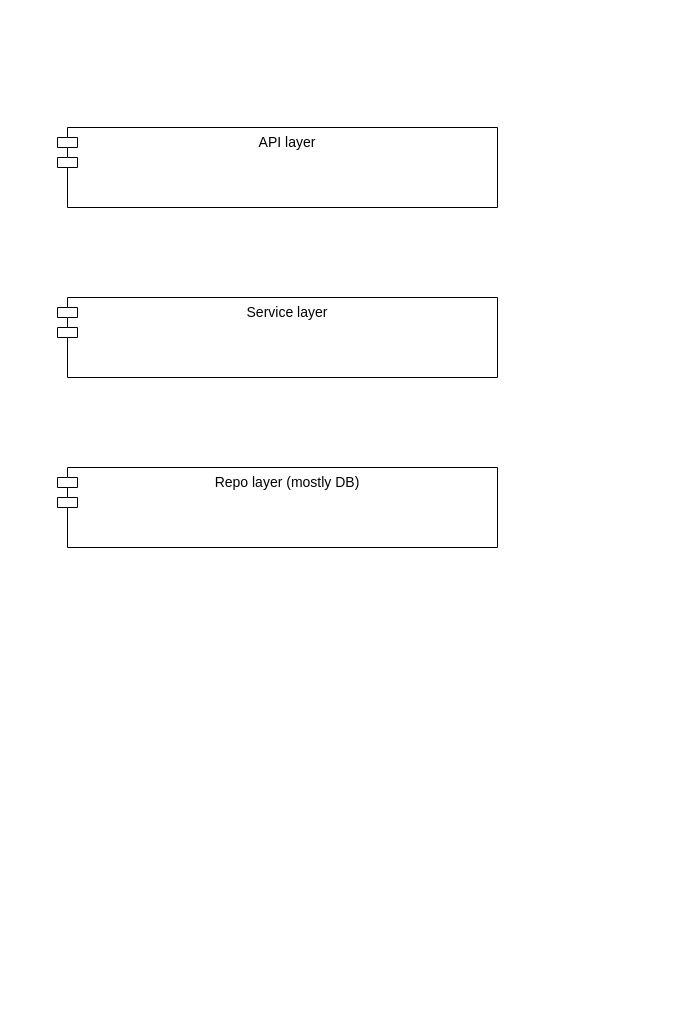
CXwudi/realworld-compose-http4k-example-app-old keeps this draw.io diagram as page "Backend Structure" (3 of 3) of doc/diagrams.drawio. Above is the earlier version. Source tidied: cells renumbered, new cells numbered last; positions are measured from the earlier drawing's top-left corner, leaving out a move shared by most shapes. Both pictures are drawn from the tidied source at 100%, with x=0, y=0 at pixel (57, 127).
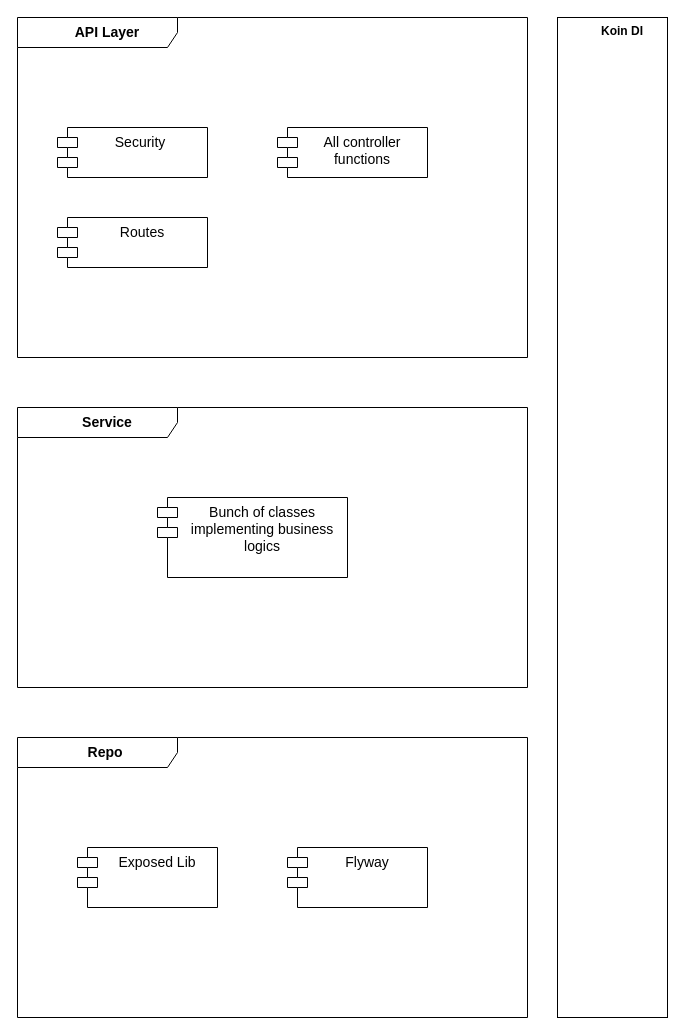
Above is the later version.

Commit message:
doc of backend structure

The edit, as a diff of the source:
```diff
@@
 <mxGraphModel>
   <root>
     <mxCell id="0" />
     <mxCell id="1" parent="0" />
-    <mxCell id="2" value="&lt;font style=&quot;font-size: 14px;&quot;&gt;API layer&lt;/font&gt;" style="shape=module;align=left;spacingLeft=20;align=center;verticalAlign=top;whiteSpace=wrap;html=1;" parent="1" vertex="1">
-      <mxGeometry width="440" height="80" as="geometry" />
+    <mxCell id="2" value="&lt;font style=&quot;font-size: 14px;&quot;&gt;Security&amp;nbsp;&lt;/font&gt;" style="shape=module;align=left;spacingLeft=20;align=center;verticalAlign=top;whiteSpace=wrap;html=1;" parent="1" vertex="1">
+      <mxGeometry width="150" height="50" as="geometry" />
     </mxCell>
-    <mxCell id="3" value="&lt;font style=&quot;font-size: 14px;&quot;&gt;Service layer&lt;/font&gt;" style="shape=module;align=left;spacingLeft=20;align=center;verticalAlign=top;whiteSpace=wrap;html=1;" parent="1" vertex="1">
-      <mxGeometry y="170" width="440" height="80" as="geometry" />
-    </mxCell>
-    <mxCell id="4" value="&lt;span style=&quot;font-size: 14px;&quot;&gt;Repo layer (mostly DB)&lt;/span&gt;" style="shape=module;align=left;spacingLeft=20;align=center;verticalAlign=top;whiteSpace=wrap;html=1;" parent="1" vertex="1">
-      <mxGeometry y="340" width="440" height="80" as="geometry" />
-    </mxCell>
+    <mxCell id="5" value="&lt;font style=&quot;font-size: 14px;&quot;&gt;API Layer&lt;/font&gt;" style="shape=umlFrame;whiteSpace=wrap;html=1;width=160;strokeColor=default;align=center;verticalAlign=top;spacingLeft=20;fontFamily=Helvetica;fontSize=12;fontColor=default;fontStyle=1;fillColor=default;" parent="1" vertex="1">
+      <mxGeometry x="-40" y="-110" width="510" height="340" as="geometry" />
+    </mxCell>
+    <mxCell id="6" value="&lt;font style=&quot;font-size: 14px;&quot;&gt;Routes&lt;/font&gt;" style="shape=module;align=left;spacingLeft=20;align=center;verticalAlign=top;whiteSpace=wrap;html=1;" parent="5" vertex="1">
+      <mxGeometry x="40" y="200" width="150" height="50" as="geometry" />
+    </mxCell>
+    <mxCell id="7" value="&lt;font style=&quot;font-size: 14px;&quot;&gt;All controller functions&lt;/font&gt;" style="shape=module;align=left;spacingLeft=20;align=center;verticalAlign=top;whiteSpace=wrap;html=1;" parent="5" vertex="1">
+      <mxGeometry x="260" y="110" width="150" height="50" as="geometry" />
+    </mxCell>
+    <mxCell id="8" value="&lt;font style=&quot;font-size: 14px;&quot;&gt;Service&lt;/font&gt;" style="shape=umlFrame;whiteSpace=wrap;html=1;width=160;strokeColor=default;align=center;verticalAlign=top;spacingLeft=20;fontFamily=Helvetica;fontSize=12;fontColor=default;fontStyle=1;fillColor=default;" parent="1" vertex="1">
+      <mxGeometry x="-40" y="280" width="510" height="280" as="geometry" />
+    </mxCell>
+    <mxCell id="9" value="&lt;font style=&quot;font-size: 14px;&quot;&gt;Bunch of classes implementing business logics&lt;/font&gt;" style="shape=module;align=left;spacingLeft=20;align=center;verticalAlign=top;whiteSpace=wrap;html=1;" parent="8" vertex="1">
+      <mxGeometry x="140" y="90" width="190" height="80" as="geometry" />
+    </mxCell>
+    <mxCell id="10" value="&lt;font style=&quot;font-size: 14px;&quot;&gt;Repo&amp;nbsp;&lt;/font&gt;" style="shape=umlFrame;whiteSpace=wrap;html=1;width=160;strokeColor=default;align=center;verticalAlign=top;spacingLeft=20;fontFamily=Helvetica;fontSize=12;fontColor=default;fontStyle=1;fillColor=default;" parent="1" vertex="1">
+      <mxGeometry x="-40" y="610" width="510" height="280" as="geometry" />
+    </mxCell>
+    <mxCell id="11" value="&lt;font style=&quot;font-size: 14px;&quot;&gt;Exposed Lib&lt;/font&gt;" style="shape=module;align=left;spacingLeft=20;align=center;verticalAlign=top;whiteSpace=wrap;html=1;" parent="10" vertex="1">
+      <mxGeometry x="60" y="110" width="140" height="60" as="geometry" />
+    </mxCell>
+    <mxCell id="12" value="&lt;font style=&quot;font-size: 14px;&quot;&gt;Flyway&lt;/font&gt;" style="shape=module;align=left;spacingLeft=20;align=center;verticalAlign=top;whiteSpace=wrap;html=1;" parent="10" vertex="1">
+      <mxGeometry x="270" y="110" width="140" height="60" as="geometry" />
+    </mxCell>
+    <mxCell id="13" value="Koin DI" style="html=1;whiteSpace=wrap;strokeColor=default;align=center;verticalAlign=top;spacingLeft=20;fontFamily=Helvetica;fontSize=12;fontColor=default;fontStyle=1;fillColor=default;" parent="1" vertex="1">
+      <mxGeometry x="500" y="-110" width="110" height="1000" as="geometry" />
+    </mxCell>
   </root>
 </mxGraphModel>
```
